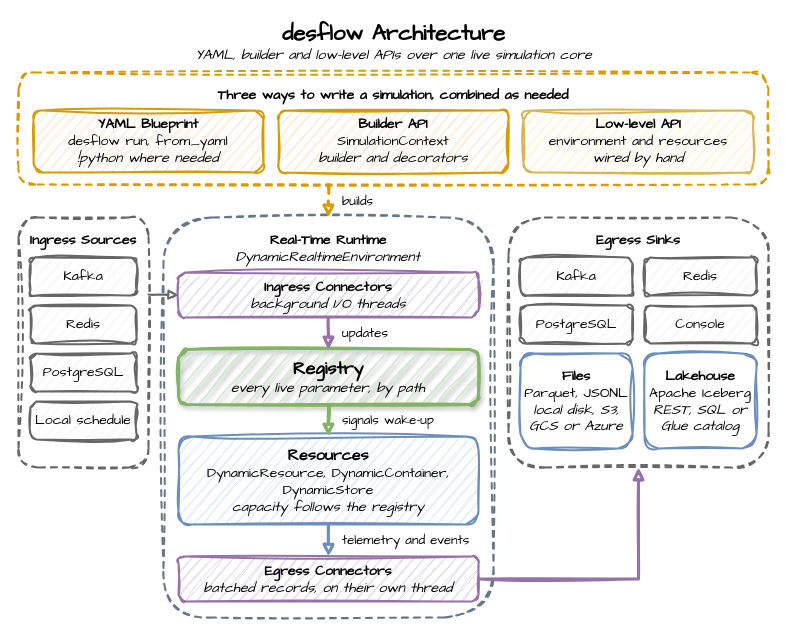
Above: docs/assets/diagrams/architecture.drawio in jaehyeon-kim/desflow (draw.io), before the change. Source tidied: cells renumbered, new cells numbered last; positions are measured from the earlier drawing's top-left corner, leaving out a move shared by most shapes. Both pictures are drawn from the tidied source at 100%, with x=0, y=0 at pixel (18, 17).
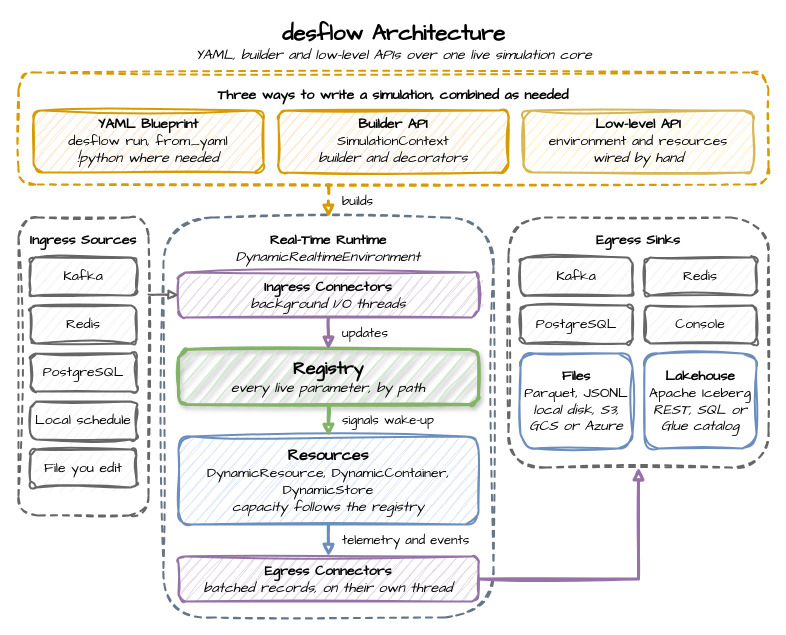
After the change.

Unchanged cells that the change refers to:
```xml
<mxCell id="13" value="&lt;b&gt;Ingress Connectors&lt;/b&gt;&lt;br&gt;&lt;i&gt;background I/O threads&lt;/i&gt;" style="rounded=1;whiteSpace=wrap;html=1;sketch=1;curveFitting=1;jiggle=2;fontFamily=Comic Sans MS;fontSize=14;strokeWidth=2;fillColor=#e1d5e7;strokeColor=#9673a6;" parent="1" vertex="1">
  <mxGeometry x="160" y="255" width="300" height="45" as="geometry" />
</mxCell>
```

Diff of the diagram source:
```diff
@@
     <mxCell id="8" value="&lt;b&gt;Ingress Sources&lt;/b&gt;" style="rounded=1;whiteSpace=wrap;html=1;sketch=1;curveFitting=1;jiggle=2;fontFamily=Comic Sans MS;fontSize=14;strokeWidth=2;fillColor=none;dashed=1;verticalAlign=top;spacingTop=8;strokeColor=#666666;align=center;" parent="1" vertex="1">
-      <mxGeometry y="200" width="130" height="250" as="geometry" />
+      <mxGeometry y="200" width="130" height="298" as="geometry" />
     </mxCell>
@@
+    <mxCell id="30" value="File you edit" style="rounded=1;whiteSpace=wrap;html=1;sketch=1;curveFitting=1;jiggle=2;fontFamily=Comic Sans MS;fontSize=14;strokeWidth=2;fillColor=#f5f5f5;strokeColor=#666666;" parent="1" vertex="1">
+      <mxGeometry x="12" y="432" width="106" height="38" as="geometry" />
+    </mxCell>
@@
-    <mxCell id="25" style="edgeStyle=orthogonalEdgeStyle;rounded=0;sketch=1;html=1;strokeWidth=3;endArrow=block;fontFamily=Comic Sans MS;fontSize=13;labelBackgroundColor=#ffffff;strokeWidth=2;strokeColor=#666666;exitDx=0;exitDy=0;entryDx=0;entryDy=0;exitX=1;exitY=0.308;entryX=0;entryY=0.5;" parent="1" edge="1" source="8" target="13">
+    <mxCell id="25" style="edgeStyle=orthogonalEdgeStyle;rounded=0;sketch=1;html=1;strokeWidth=3;endArrow=block;fontFamily=Comic Sans MS;fontSize=13;labelBackgroundColor=#ffffff;strokeWidth=2;strokeColor=#666666;exitDx=0;exitDy=0;entryDx=0;entryDy=0;exitX=1;exitY=0.2584;entryX=0;entryY=0.5;" parent="1" edge="1" source="8" target="13">
       <mxGeometry relative="1" as="geometry" />
     </mxCell>
```
